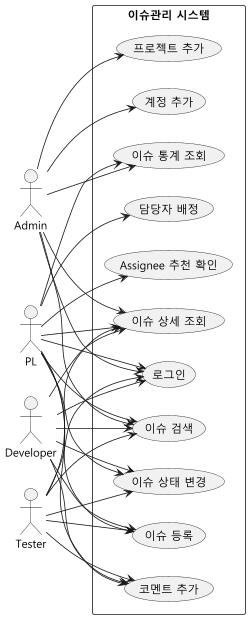
This is docs/uml/usecase.png from SoftwareEngineeringTeam10/SE-IssueTrackingSystem, a PlantUML export, as it was before one commit.
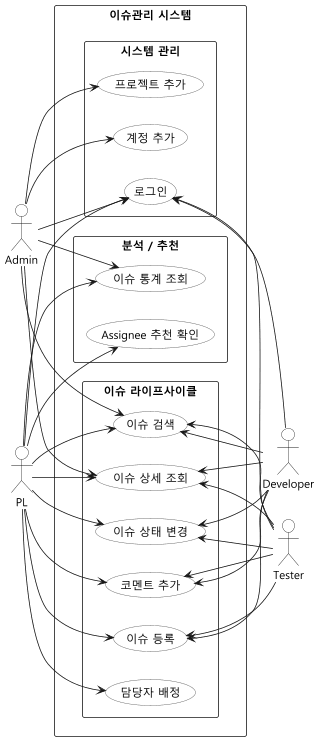
After the change.

Commit message:
docs: refine usecase diagram layout

The edit, as a diff of the source:
```diff
@@ -2,59 +2,80 @@
 left to right direction
 skinparam defaultFontName "Malgun Gothic"
 skinparam packageStyle rectangle
+skinparam usecase {
+  BackgroundColor #F8F8F8
+  BorderColor #555555
+}
+skinparam actor {
+  BackgroundColor #FFFFFF
+}
+
 
 actor Admin
 actor PL
+
+rectangle "이슈관리 시스템" {
+
+  package "시스템 관리" {
+    usecase "로그인" as UC01
+    usecase "계정 추가" as UC02
+    usecase "프로젝트 추가" as UC03
+  }
+
+  package "이슈 라이프사이클" {
+    usecase "이슈 등록" as UC04
+    usecase "이슈 검색" as UC05
+    usecase "이슈 상세 조회" as UC06
+    usecase "코멘트 추가" as UC07
+    usecase "담당자 배정" as UC08
+    usecase "이슈 상태 변경" as UC09
+  }
+
+  package "분석 / 추천" {
+    usecase "이슈 통계 조회" as UC10
+    usecase "Assignee 추천 확인" as UC11
+  }
+}
+
 actor Developer
 actor Tester
 
-rectangle "이슈관리 시스템" {
-  usecase "로그인" as UC01
-  usecase "계정 추가" as UC02
-  usecase "프로젝트 추가" as UC03
-  usecase "이슈 등록" as UC04
-  usecase "이슈 검색" as UC05
-  usecase "이슈 상세 조회" as UC06
-  usecase "코멘트 추가" as UC07
-  usecase "담당자 배정" as UC08
-  usecase "이슈 상태 변경" as UC09
-  usecase "이슈 통계 조회" as UC10
-  usecase "Assignee 추천 확인" as UC11
-}
 
 Admin --> UC01
 PL --> UC01
-Developer --> UC01
-Tester --> UC01
+UC01 <-- Developer
+UC01 <-- Tester
 
 Admin --> UC02
 Admin --> UC03
 
 PL --> UC04
-Developer --> UC04
-Tester --> UC04
+UC04 <-- Developer
+UC04 <-- Tester
 
 Admin --> UC05
 PL --> UC05
-Developer --> UC05
-Tester --> UC05
+UC05 <-- Developer
+UC05 <-- Tester
+
 Admin --> UC06
 PL --> UC06
-Developer --> UC06
-Tester --> UC06
+UC06 <-- Developer
+UC06 <-- Tester
 
 PL --> UC07
-Developer --> UC07
-Tester --> UC07
+UC07 <-- Developer
+UC07 <-- Tester
 
 PL --> UC08
 PL --> UC11
 
 PL --> UC09
-Developer --> UC09
-Tester --> UC09
+UC09 <-- Developer
+UC09 <-- Tester
 
 Admin --> UC10
 PL --> UC10
 
+
 @enduml
```
